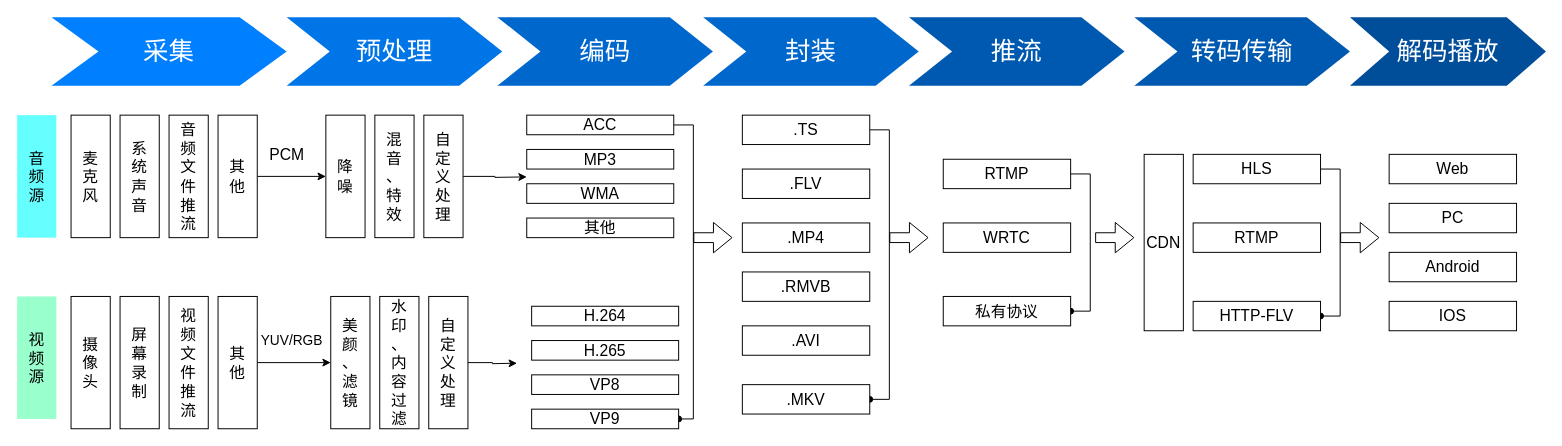
Earlier version of the draw.io diagram 问题随录/Untitled Diagram.drawio (candyman0753/web-runner). Source tidied: cells renumbered, new cells numbered last; positions are measured from the earlier drawing's top-left corner, leaving out a move shared by most shapes. Both pictures are drawn from the tidied source at 98%, with x=0, y=0 at pixel (17, 17).
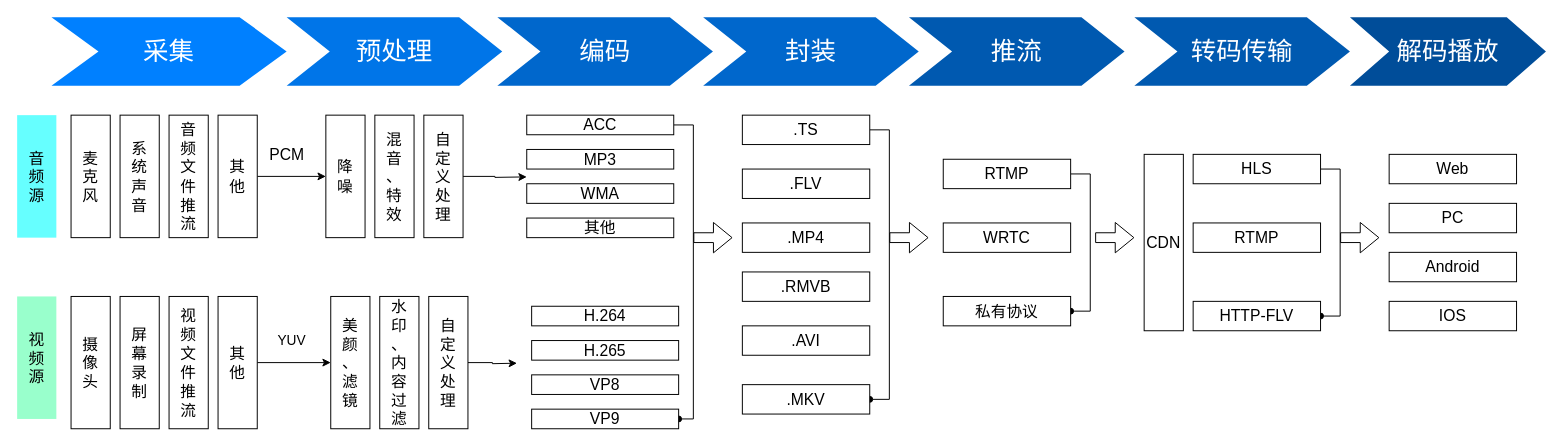
The same diagram, later.

What changed in the source:
```diff
@@
-    <mxCell id="26" value="YUV/RGB" style="text;html=1;align=center;verticalAlign=middle;fontSize=14;" parent="1" vertex="1">
-      <mxGeometry x="240" y="320" width="80" height="20" as="geometry" />
+    <mxCell id="26" value="YUV" style="text;html=1;align=center;verticalAlign=middle;fontSize=14;" parent="1" vertex="1">
+      <mxGeometry x="260" y="320" width="40" height="20" as="geometry" />
     </mxCell>
```
